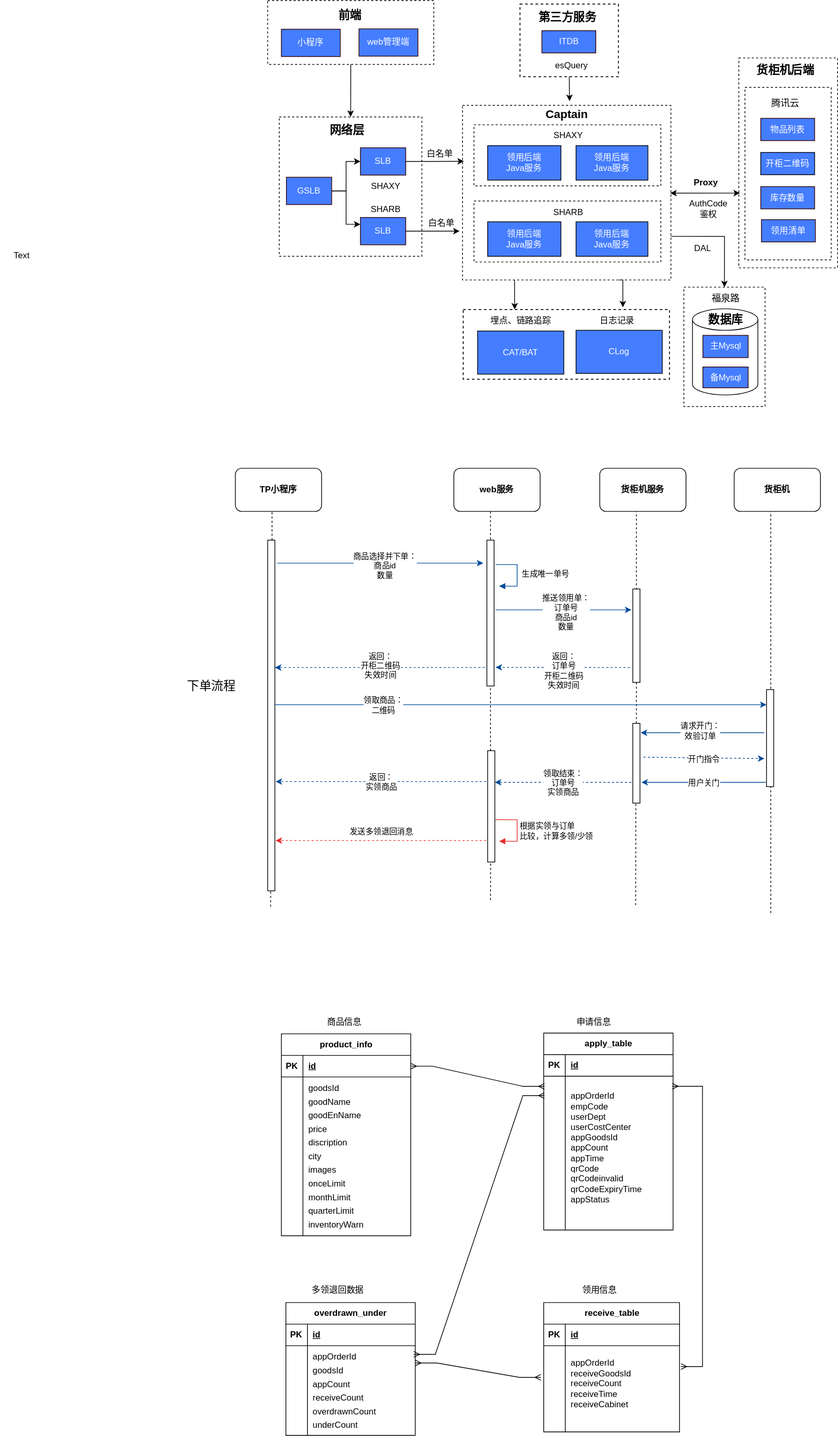
This is 行政称重柜.svg from heaquan/xmind, a draw.io export, as it was before one commit. Source tidied: cells renumbered, new cells last; positions are measured from the earlier drawing's top-left corner, leaving out a move shared by most shapes.
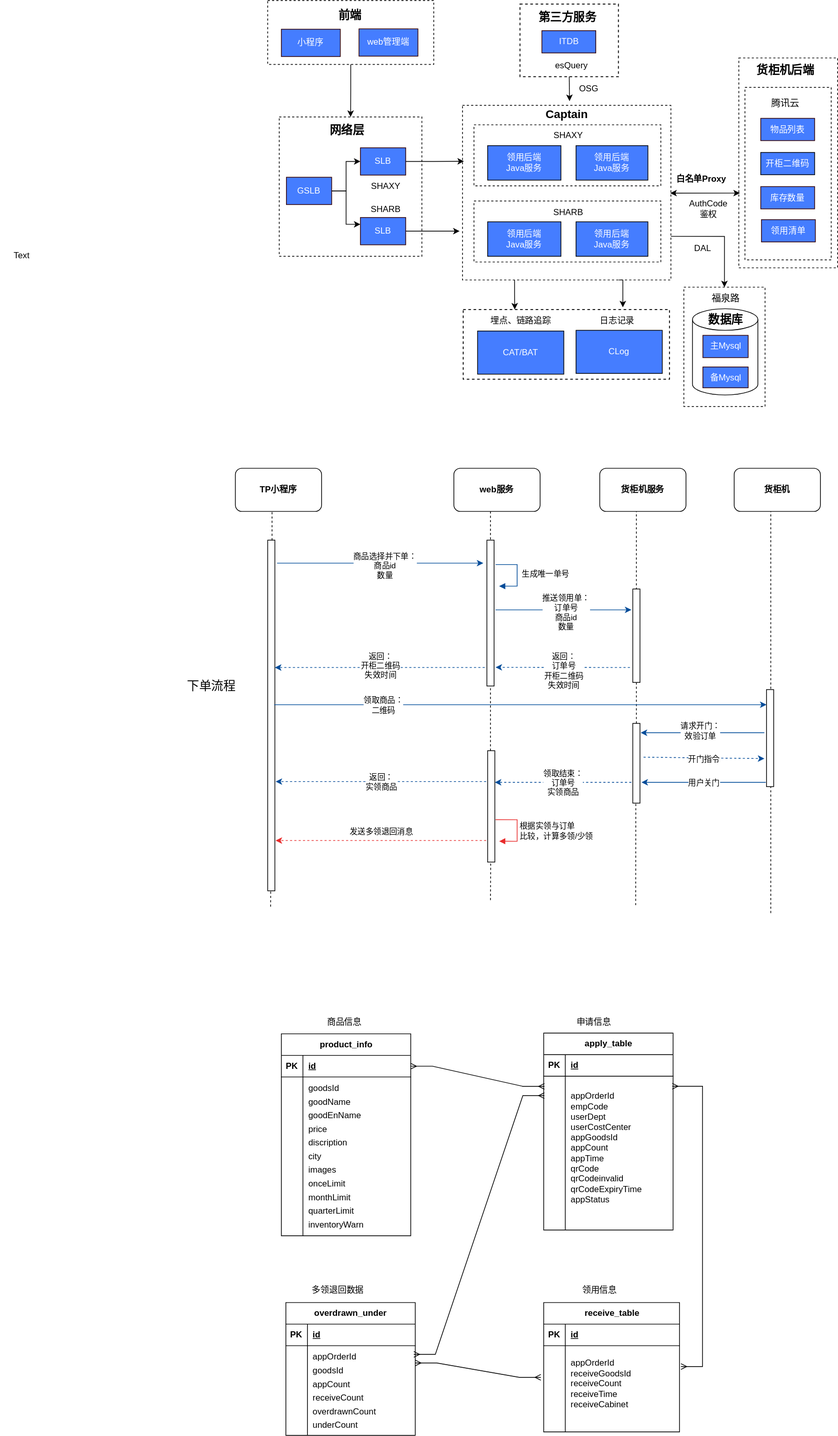
After the change.

Commit message:
更新行政称重柜.svg

Change to the diagram source:
```diff
@@ -469,8 +469,8 @@
     <mxCell id="132" value="&lt;span style=&quot;font-size: 16px;&quot;&gt;&lt;b&gt;货柜机后端&lt;/b&gt;&lt;/span&gt;" style="text;html=1;align=center;verticalAlign=middle;strokeColor=none;fillColor=none;fontSize=14;" parent="1" vertex="1">
       <mxGeometry x="1043" y="82" width="98" height="31" as="geometry" />
     </mxCell>
-    <mxCell id="133" value="Proxy" style="text;html=1;strokeColor=none;fillColor=none;align=center;verticalAlign=middle;whiteSpace=wrap;rounded=0;fontStyle=1;" parent="1" vertex="1">
-      <mxGeometry x="952" y="239" width="60" height="30" as="geometry" />
+    <mxCell id="133" value="白名单Proxy" style="text;html=1;strokeColor=none;fillColor=none;align=center;verticalAlign=middle;whiteSpace=wrap;rounded=0;fontStyle=1;" parent="1" vertex="1">
+      <mxGeometry x="933" y="234" width="85" height="30" as="geometry" />
     </mxCell>
     <mxCell id="134" style="edgeStyle=entityRelationEdgeStyle;fontSize=12;html=1;endArrow=ERmany;startArrow=ERmany;rounded=0;entryX=0.994;entryY=0.065;entryDx=0;entryDy=0;entryPerimeter=0;" parent="1" edge="1" target="108">
       <mxGeometry relative="1" as="geometry">
@@ -483,12 +483,6 @@
     <mxCell id="136" value="esQuery" style="text;html=1;strokeColor=none;fillColor=none;align=center;verticalAlign=middle;whiteSpace=wrap;rounded=0;" parent="1" vertex="1">
       <mxGeometry x="765" y="76" width="60" height="30" as="geometry" />
     </mxCell>
-    <mxCell id="137" value="白名单" style="text;html=1;strokeColor=none;fillColor=none;align=center;verticalAlign=middle;whiteSpace=wrap;rounded=0;" parent="1" vertex="1">
-      <mxGeometry x="582" y="199" width="60" height="30" as="geometry" />
-    </mxCell>
-    <mxCell id="138" value="白名单" style="text;html=1;strokeColor=none;fillColor=none;align=center;verticalAlign=middle;whiteSpace=wrap;rounded=0;" parent="1" vertex="1">
-      <mxGeometry x="584" y="295" width="60" height="30" as="geometry" />
-    </mxCell>
     <mxCell id="139" value="SHAXY" style="text;html=1;align=center;verticalAlign=middle;strokeColor=none;fillColor=none;" parent="1" vertex="1">
       <mxGeometry x="501" y="244" width="70" height="30" as="geometry" />
     </mxCell>
@@ -501,5 +495,8 @@
     <mxCell id="142" value="DAL" style="text;html=1;align=center;verticalAlign=middle;strokeColor=none;fillColor=none;" parent="1" vertex="1">
       <mxGeometry x="954" y="330" width="45" height="29" as="geometry" />
     </mxCell>
+    <mxCell id="143" value="OSG" style="text;html=1;strokeColor=none;fillColor=none;align=center;verticalAlign=middle;whiteSpace=wrap;rounded=0;" parent="1" vertex="1">
+      <mxGeometry x="789" y="108" width="60" height="30" as="geometry" />
+    </mxCell>
   </root>
 </mxGraphModel>
```
